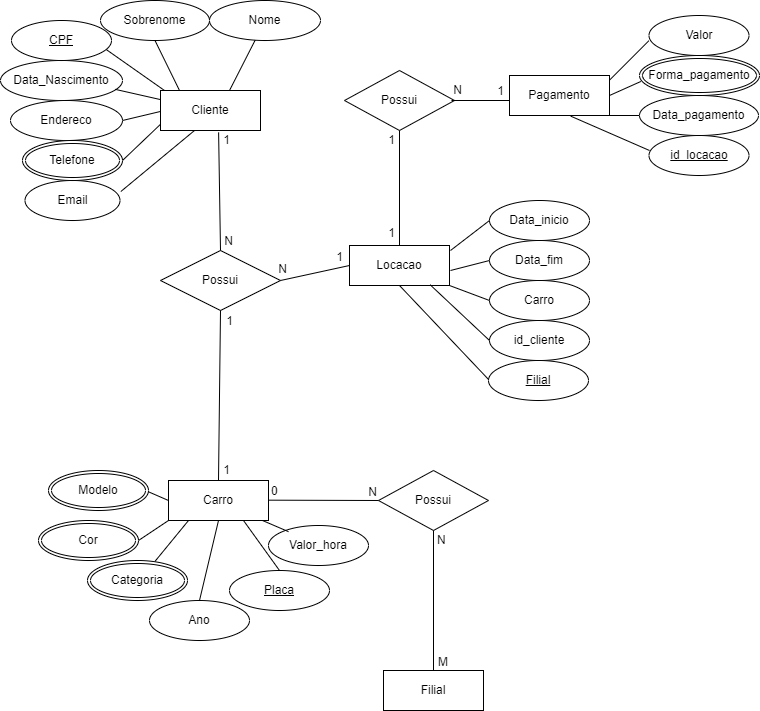
The draw.io diagram Mapa_BD1.drawio.png in Kelly-Prone/diagramas, before a commit. Source tidied: cells renumbered, new cells last; positions are measured from the earlier drawing's top-left corner, leaving out a move shared by most shapes.
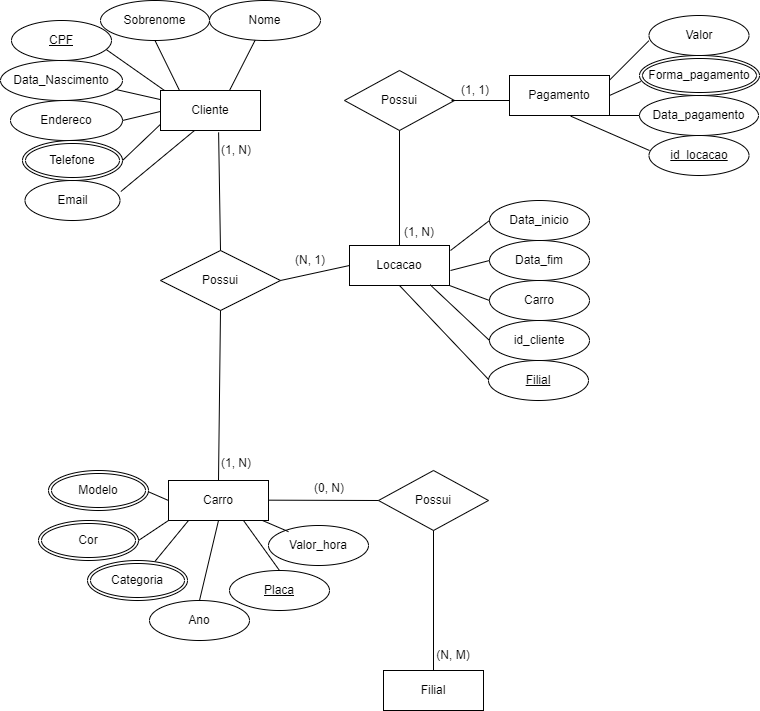
Above is the later version.

What changed in the source:
```diff
@@ -103,19 +103,9 @@
     <mxCell id="26" style="endArrow=none;html=1;rounded=0;entryX=0.5;entryY=0;entryDx=0;entryDy=0;exitX=0.581;exitY=1.046;exitDx=0;exitDy=0;exitPerimeter=0;" parent="1" edge="1" source="14" target="18">
       <mxGeometry relative="1" as="geometry" />
     </mxCell>
-    <mxCell id="27" value="N" style="html=1;whiteSpace=wrap;align=right;verticalAlign=bottom;" parent="26" vertex="1">
-      <mxGeometry x="1" relative="1" as="geometry">
-        <mxPoint x="14" y="-1" as="offset" />
-      </mxGeometry>
-    </mxCell>
     <mxCell id="28" style="endArrow=none;html=1;rounded=0;entryX=0.5;entryY=1;entryDx=0;entryDy=0;exitX=0.5;exitY=0;exitDx=0;exitDy=0;" parent="1" edge="1" source="15" target="18">
       <mxGeometry relative="1" as="geometry" />
     </mxCell>
-    <mxCell id="29" value="1" style="html=1;whiteSpace=wrap;align=right;verticalAlign=bottom;" parent="28" vertex="1">
-      <mxGeometry x="1" relative="1" as="geometry">
-        <mxPoint x="11" y="168" as="offset" />
-      </mxGeometry>
-    </mxCell>
     <mxCell id="30" value="Modelo" style="ellipse;shape=doubleEllipse;margin=3;whiteSpace=wrap;html=1;align=center;" parent="1" vertex="1">
       <mxGeometry x="48" y="470" width="100" height="40" as="geometry" />
     </mxCell>
@@ -136,27 +126,9 @@
         <mxPoint x="268" y="499.7" as="sourcePoint" />
       </mxGeometry>
     </mxCell>
-    <mxCell id="36" value="0" style="html=1;whiteSpace=wrap;align=left;verticalAlign=bottom;" parent="35" vertex="1">
-      <mxGeometry x="-1" relative="1" as="geometry">
-        <mxPoint x="1" as="offset" />
-      </mxGeometry>
-    </mxCell>
-    <mxCell id="37" value="N" style="html=1;whiteSpace=wrap;align=right;verticalAlign=bottom;" parent="35" vertex="1">
-      <mxGeometry x="1" relative="1" as="geometry" />
-    </mxCell>
     <mxCell id="38" style="endArrow=none;html=1;rounded=0;entryX=0.5;entryY=0;entryDx=0;entryDy=0;exitX=0.5;exitY=1;exitDx=0;exitDy=0;" parent="1" edge="1" source="34" target="33">
       <mxGeometry relative="1" as="geometry" />
     </mxCell>
-    <mxCell id="39" value="N" style="html=1;whiteSpace=wrap;align=left;verticalAlign=bottom;" parent="38" vertex="1">
-      <mxGeometry x="-1" relative="1" as="geometry">
-        <mxPoint x="2" y="18" as="offset" />
-      </mxGeometry>
-    </mxCell>
-    <mxCell id="40" value="M" style="html=1;whiteSpace=wrap;align=right;verticalAlign=bottom;" parent="38" vertex="1">
-      <mxGeometry x="1" relative="1" as="geometry">
-        <mxPoint x="16" as="offset" />
-      </mxGeometry>
-    </mxCell>
     <mxCell id="41" value="Possui" style="shape=rhombus;perimeter=rhombusPerimeter;whiteSpace=wrap;html=1;align=center;" parent="1" vertex="1">
       <mxGeometry x="344" y="70" width="110" height="60" as="geometry" />
     </mxCell>
@@ -208,11 +180,6 @@
         <mxPoint x="280" y="280" as="sourcePoint" />
       </mxGeometry>
     </mxCell>
-    <mxCell id="54" value="1" style="html=1;whiteSpace=wrap;align=right;verticalAlign=bottom;" parent="53" vertex="1">
-      <mxGeometry x="1" relative="1" as="geometry">
-        <mxPoint x="-5" as="offset" />
-      </mxGeometry>
-    </mxCell>
     <mxCell id="55" style="endArrow=none;html=1;rounded=0;exitX=0.5;exitY=1;exitDx=0;exitDy=0;entryX=0.5;entryY=0;entryDx=0;entryDy=0;" parent="1" edge="1" source="41" target="43">
       <mxGeometry relative="1" as="geometry" />
     </mxCell>
@@ -261,28 +228,26 @@
     <mxCell id="67" value="Forma_pagamento" style="ellipse;shape=doubleEllipse;margin=3;whiteSpace=wrap;html=1;align=center;" parent="1" vertex="1">
       <mxGeometry x="639" y="55" width="120" height="40" as="geometry" />
     </mxCell>
-    <mxCell id="68" value="1" style="html=1;whiteSpace=wrap;align=right;verticalAlign=bottom;" parent="1" vertex="1">
-      <mxGeometry x="231" y="148" as="geometry" />
-    </mxCell>
-    <mxCell id="69" value="1" style="html=1;whiteSpace=wrap;align=right;verticalAlign=bottom;" parent="1" vertex="1">
-      <mxGeometry x="234" y="329" as="geometry" />
-    </mxCell>
-    <mxCell id="70" value="N" style="html=1;whiteSpace=wrap;align=right;verticalAlign=bottom;" parent="1" vertex="1">
-      <mxGeometry x="288" y="277" as="geometry" />
-    </mxCell>
-    <mxCell id="71" value="1" style="html=1;whiteSpace=wrap;align=right;verticalAlign=bottom;" parent="1" vertex="1">
-      <mxGeometry x="396" y="241" as="geometry" />
-    </mxCell>
-    <mxCell id="72" value="1" style="html=1;whiteSpace=wrap;align=right;verticalAlign=bottom;" parent="1" vertex="1">
-      <mxGeometry x="396" y="148" as="geometry" />
-    </mxCell>
-    <mxCell id="73" value="1" style="html=1;whiteSpace=wrap;align=right;verticalAlign=bottom;" parent="1" vertex="1">
-      <mxGeometry x="505" y="99" as="geometry" />
-    </mxCell>
-    <mxCell id="74" value="N" style="html=1;whiteSpace=wrap;align=right;verticalAlign=bottom;" parent="1" vertex="1">
-      <mxGeometry x="245" y="261.9" as="geometry">
-        <mxPoint x="218" y="-164" as="offset" />
-      </mxGeometry>
-    </mxCell>
+    <mxCell id="75" value="(1, N)" style="text;strokeColor=none;align=center;fillColor=none;html=1;verticalAlign=middle;whiteSpace=wrap;rounded=0;rotation=0;" parent="1" vertex="1">
+      <mxGeometry x="206" y="135" width="60" height="30" as="geometry" />
+    </mxCell>
+    <mxCell id="76" value="(1, N)" style="text;strokeColor=none;align=center;fillColor=none;html=1;verticalAlign=middle;whiteSpace=wrap;rounded=0;" parent="1" vertex="1">
+      <mxGeometry x="206" y="448" width="60" height="30" as="geometry" />
+    </mxCell>
+    <mxCell id="77" value="(N, 1)" style="text;strokeColor=none;align=center;fillColor=none;html=1;verticalAlign=middle;whiteSpace=wrap;rounded=0;" parent="1" vertex="1">
+      <mxGeometry x="280" y="245" width="60" height="30" as="geometry" />
+    </mxCell>
+    <mxCell id="78" value="(1, 1)" style="text;strokeColor=none;align=center;fillColor=none;html=1;verticalAlign=middle;whiteSpace=wrap;rounded=0;rotation=0;" parent="1" vertex="1">
+      <mxGeometry x="445" y="75" width="60" height="30" as="geometry" />
+    </mxCell>
+    <mxCell id="79" value="(0, N)" style="text;strokeColor=none;align=center;fillColor=none;html=1;verticalAlign=middle;whiteSpace=wrap;rounded=0;" parent="1" vertex="1">
+      <mxGeometry x="299" y="473" width="60" height="30" as="geometry" />
+    </mxCell>
+    <mxCell id="80" value="(N, M)" style="text;strokeColor=none;align=center;fillColor=none;html=1;verticalAlign=middle;whiteSpace=wrap;rounded=0;" parent="1" vertex="1">
+      <mxGeometry x="423" y="640" width="60" height="30" as="geometry" />
+    </mxCell>
+    <mxCell id="81" value="(1, N)" style="text;strokeColor=none;align=center;fillColor=none;html=1;verticalAlign=middle;whiteSpace=wrap;rounded=0;" parent="1" vertex="1">
+      <mxGeometry x="389" y="217" width="60" height="30" as="geometry" />
+    </mxCell>
   </root>
 </mxGraphModel>
```
